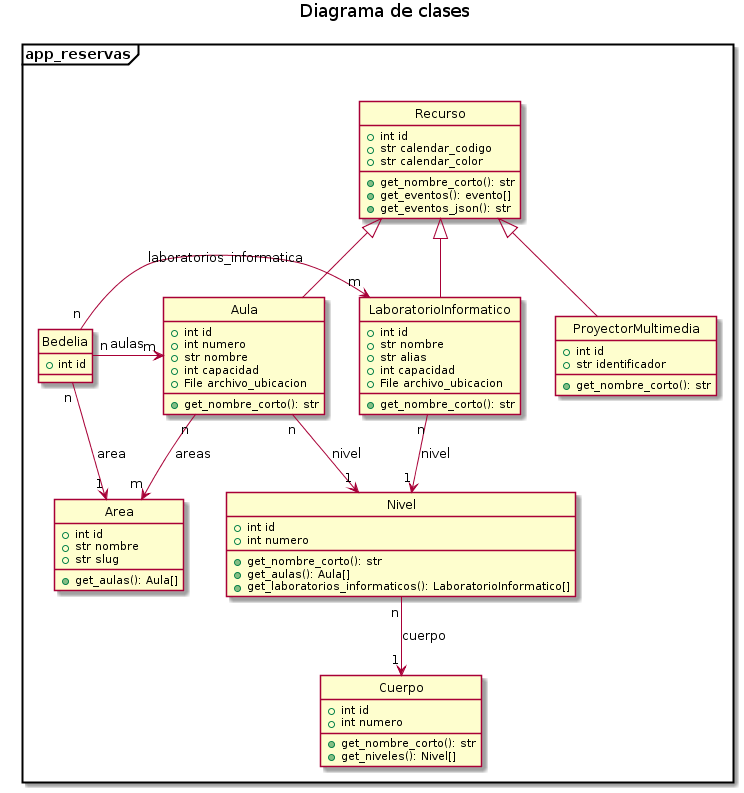
The PlantUML diagram docs/uml/diagrama_clases.png in utn-frm-si/reservas, before a commit.
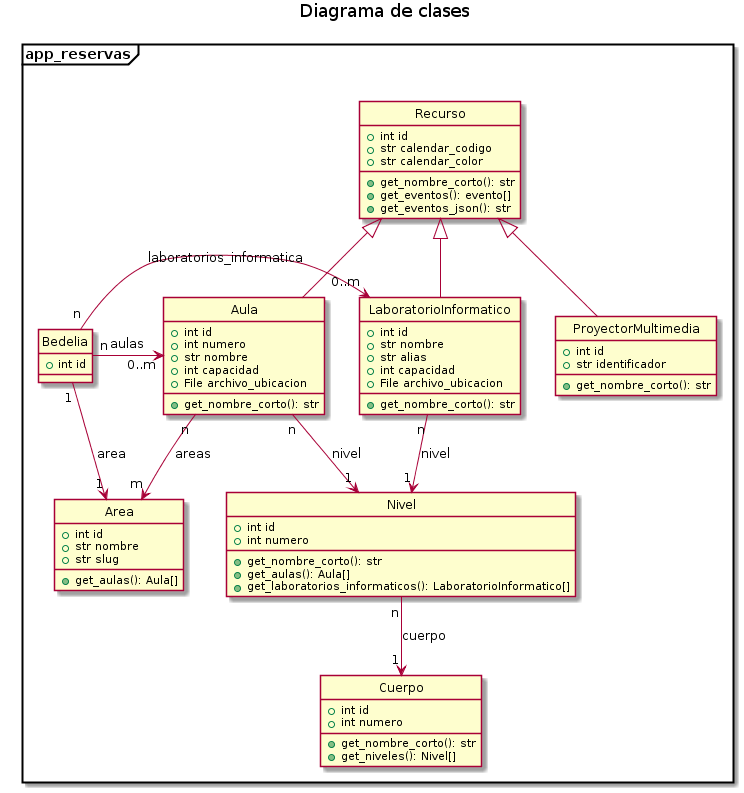
The same file after the commit.

Commit message:
Modificación de las relaciones de Bedelia

What changed in the source:
```diff
@@ -69,9 +69,9 @@
     Aula "n" --> "m" Area: areas
     Aula "n" --> "1" Nivel: nivel
 
-    Bedelia "n" --> "1" Area: area
-    Bedelia "n" -> "m" Aula: aulas
-    Bedelia "n" -> "m" LaboratorioInformatico: laboratorios_informatica
+    Bedelia "1" --> "1" Area: area
+    Bedelia "n" -> "0..m" Aula: aulas
+    Bedelia "n" -> "0..m" LaboratorioInformatico: laboratorios_informatica
 
     LaboratorioInformatico "n" --> "1" Nivel: nivel
 
```
